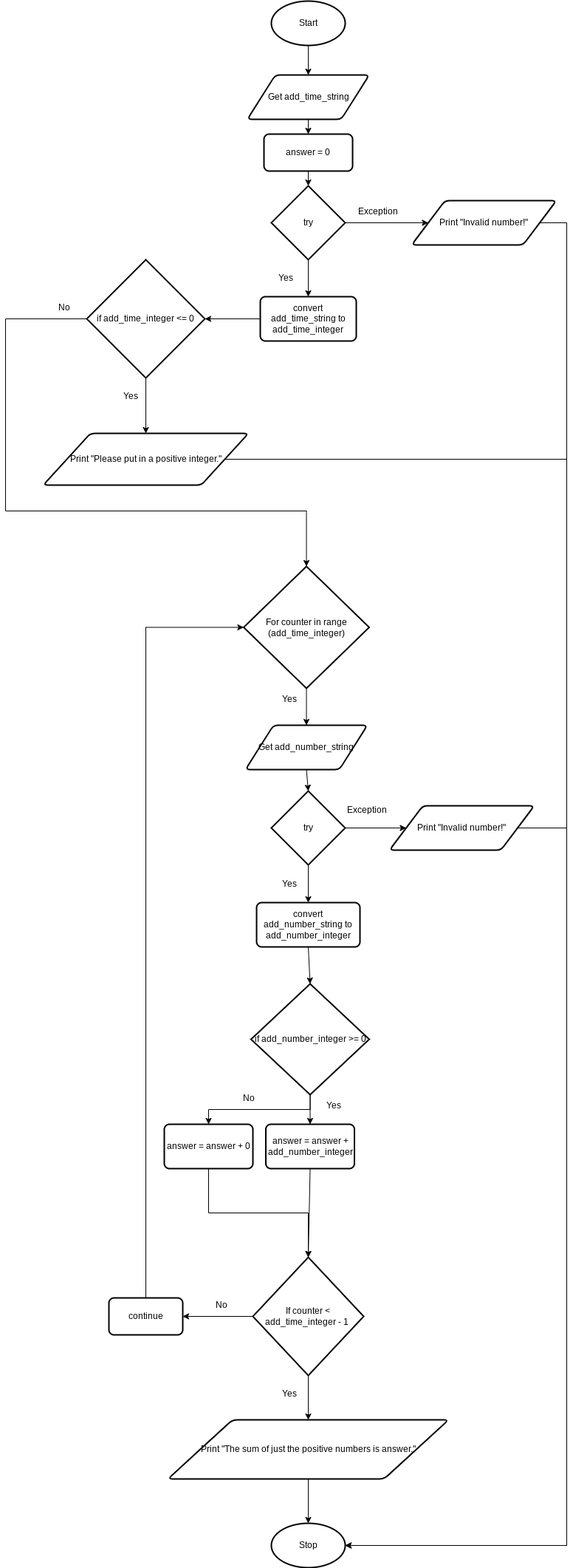
Yiyun-Qin/ICS3U-Unit4-05-Python keeps this draw.io diagram as design.add_loop.flowchart.png. Above is the earlier version. Source tidied: cells renumbered, new cells last; positions are measured from the earlier drawing's top-left corner, leaving out a move shared by most shapes.
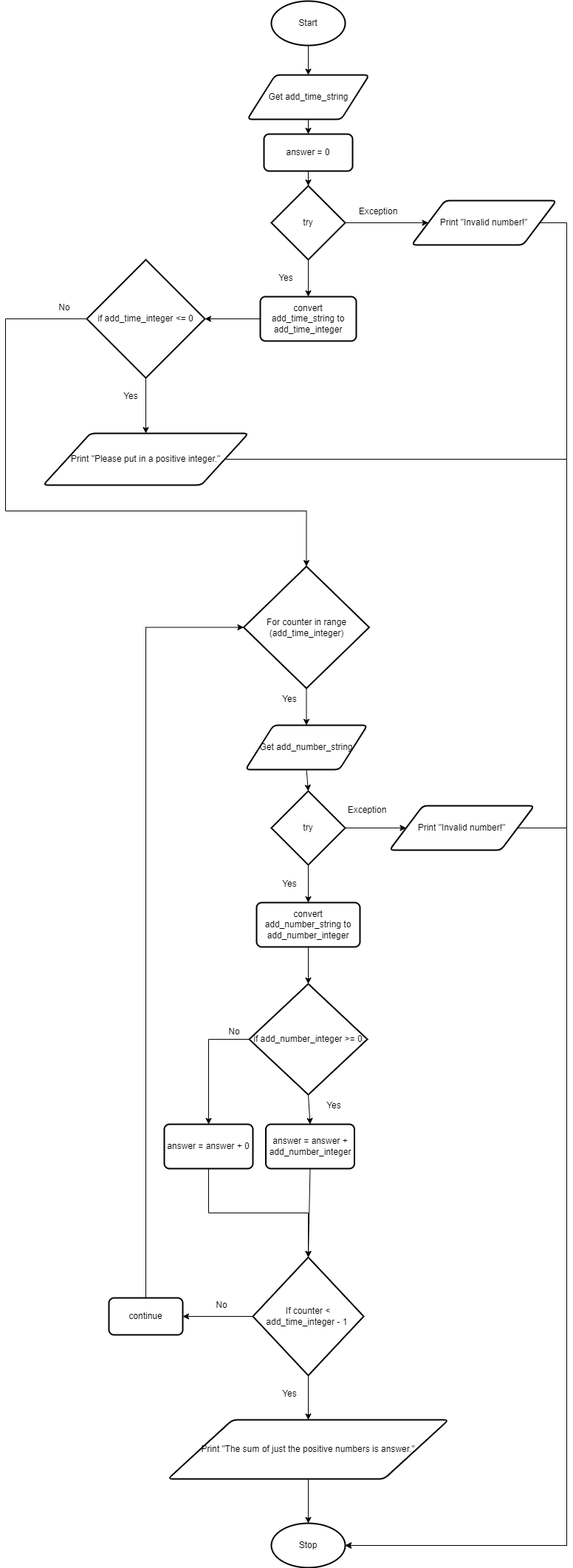
Above is the later version.

The edit, as a diff of the source:
```diff
@@ -161,14 +161,14 @@
     <mxCell id="47" value="No" style="text;html=1;strokeColor=none;fillColor=none;align=center;verticalAlign=middle;whiteSpace=wrap;rounded=0;" parent="1" vertex="1">
       <mxGeometry x="50" y="400" width="60" height="30" as="geometry" />
     </mxCell>
-    <mxCell id="48" style="edgeStyle=none;html=1;exitX=0.5;exitY=1;exitDx=0;exitDy=0;exitPerimeter=0;" parent="1" edge="1" source="50" target="30">
+    <mxCell id="48" style="edgeStyle=none;html=1;exitX=0.5;exitY=1;exitDx=0;exitDy=0;exitPerimeter=0;entryX=0.5;entryY=0;entryDx=0;entryDy=0;" parent="1" edge="1" source="50" target="30">
       <mxGeometry relative="1" as="geometry" />
     </mxCell>
-    <mxCell id="49" style="edgeStyle=orthogonalEdgeStyle;html=1;exitX=0.5;exitY=1;exitDx=0;exitDy=0;exitPerimeter=0;entryX=0.5;entryY=0;entryDx=0;entryDy=0;rounded=0;" parent="1" edge="1" source="50" target="53">
+    <mxCell id="49" style="edgeStyle=orthogonalEdgeStyle;html=1;exitX=0;exitY=0.5;exitDx=0;exitDy=0;exitPerimeter=0;entryX=0.5;entryY=0;entryDx=0;entryDy=0;rounded=0;" parent="1" edge="1" source="50" target="53">
       <mxGeometry relative="1" as="geometry" />
     </mxCell>
     <mxCell id="50" value="if add_number_integer &amp;gt;= 0" style="strokeWidth=2;html=1;shape=mxgraph.flowchart.decision;whiteSpace=wrap;" parent="1" vertex="1">
-      <mxGeometry x="332.5" y="1330" width="160" height="150" as="geometry" />
+      <mxGeometry x="330" y="1330" width="160" height="150" as="geometry" />
     </mxCell>
     <mxCell id="51" value="Print &quot;The sum of just the positive numbers is answer.&quot;" style="shape=parallelogram;html=1;strokeWidth=2;perimeter=parallelogramPerimeter;whiteSpace=wrap;rounded=1;arcSize=12;size=0.23;" parent="1" vertex="1">
       <mxGeometry x="220" y="1920" width="380" height="80" as="geometry" />
@@ -183,7 +183,7 @@
       <mxGeometry x="415" y="1480" width="60" height="30" as="geometry" />
     </mxCell>
     <mxCell id="55" value="No" style="text;html=1;strokeColor=none;fillColor=none;align=center;verticalAlign=middle;whiteSpace=wrap;rounded=0;" parent="1" vertex="1">
-      <mxGeometry x="300" y="1470" width="60" height="30" as="geometry" />
+      <mxGeometry x="280" y="1380" width="60" height="30" as="geometry" />
     </mxCell>
     <mxCell id="56" value="No" style="text;html=1;strokeColor=none;fillColor=none;align=center;verticalAlign=middle;whiteSpace=wrap;rounded=0;" parent="1" vertex="1">
       <mxGeometry x="262.5" y="1750" width="60" height="30" as="geometry" />
```
